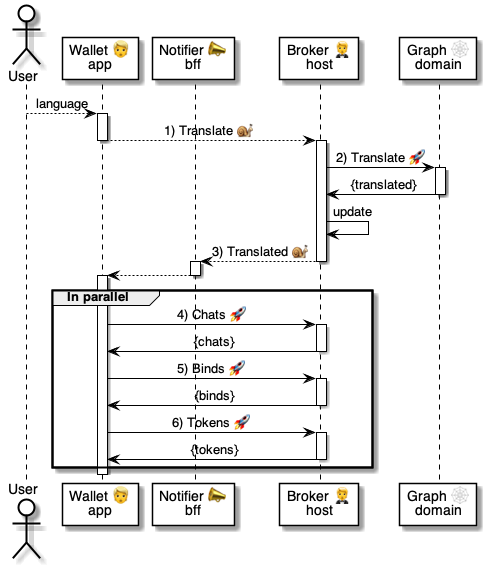
pollyweb-org/pollyweb-docs keeps this PlantUML diagram as 4 ⚙️ Solution/20 🧑‍🦰 UI/Wallets 🧑‍🦰/🧑‍🦰💬 Wallet chats/...in App 🏠/Set Language 💬🤵/🧑‍🦰 Set Language ⚙️ uml.png. Above is the earlier version. Its source is kept beside it as 4 ⚙️ Solution/20 🧑‍🦰 UI/Wallets 🧑‍🦰/🧑‍🦰💬 Wallet chats/...in App 🏠/Set Language 💬🤵/🧑‍🦰 Set Language ⚙️ uml.puml.
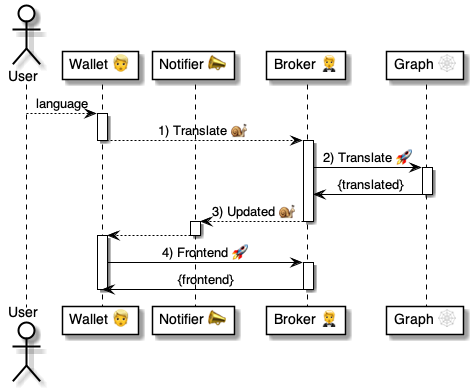
The same file after the commit.

Change to the diagram source:
```diff
@@ -1,10 +1,10 @@
 @startuml Translate
 
 actor User as user
-participant "Wallet 👱\napp" as wallet
-participant "Notifier 📣\nbff" as notifier
-participant "Broker 🤵\nhost" as broker
-participant "Graph 🕸\ndomain" as graph
+participant "Wallet 👱" as wallet
+participant "Notifier 📣" as notifier
+participant "Broker 🤵" as broker
+participant "Graph 🕸" as graph
 
 user --> wallet: language
 activate wallet
@@ -18,8 +18,7 @@
         graph -> broker: {translated}
     deactivate graph
 
-    broker -> broker: update
-    broker --> notifier: 3) Translated 🐌
+    broker --> notifier: 3) Updated 🐌
 deactivate broker
 
 activate notifier
@@ -27,23 +26,10 @@
 deactivate notifier
 
 activate wallet
-group In parallel
-    wallet -> broker: 4) Chats 🚀
+    wallet -> broker: 4) Frontend 🚀
     activate broker
-        broker -> wallet: {chats}
+        broker -> wallet: {frontend}
     deactivate broker
-
-    wallet -> broker: 5) Binds 🚀
-    activate broker
-        broker -> wallet: {binds}
-    deactivate broker
-
-    wallet -> broker: 6) Tokens 🚀
-    activate broker
-        broker -> wallet: {tokens}
-    deactivate broker
-
-end group
 deactivate wallet
 
 @enduml
```
